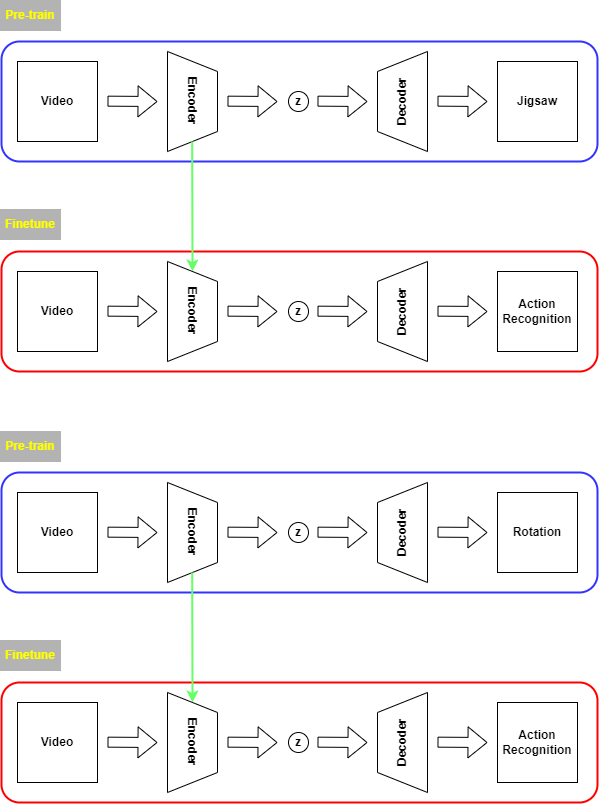
Above: explain using only draw.png in Kyoungrae-Noh/Self-Supervised-Learning (draw.io), before the change. Source tidied: cells renumbered, new cells last; positions are measured from the earlier drawing's top-left corner, leaving out a move shared by most shapes.
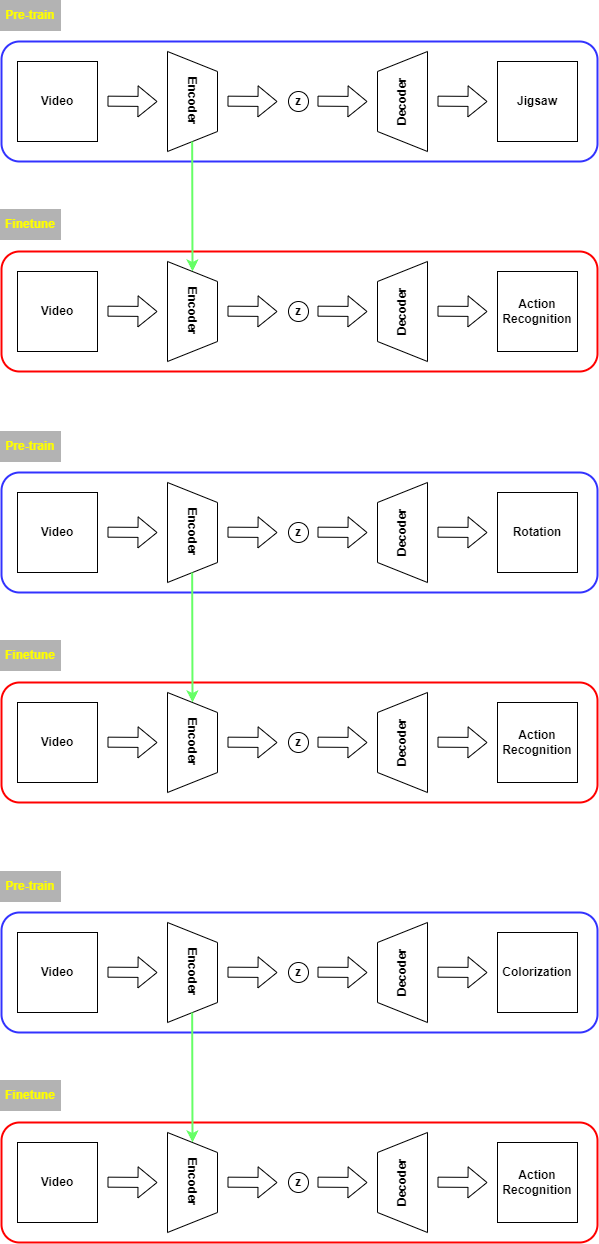
After the change.

Change to the diagram source:
```diff
@@ -192,5 +192,100 @@
         <mxPoint x="191.7" y="572" as="sourcePoint" />
       </mxGeometry>
     </mxCell>
+    <mxCell id="48" value="&lt;b&gt;&lt;font color=&quot;#ffff00&quot;&gt;Pre-train&lt;/font&gt;&lt;/b&gt;" style="rounded=0;whiteSpace=wrap;html=1;fillColor=#B3B3B3;strokeColor=#B3B3B3;" parent="1" vertex="1">
+      <mxGeometry y="871" width="60" height="30" as="geometry" />
+    </mxCell>
+    <mxCell id="49" value="&lt;b&gt;&lt;font color=&quot;#ffff00&quot;&gt;Finetune&lt;/font&gt;&lt;/b&gt;" style="rounded=0;whiteSpace=wrap;html=1;fillColor=#B3B3B3;strokeColor=#B3B3B3;" parent="1" vertex="1">
+      <mxGeometry y="1080" width="60" height="30" as="geometry" />
+    </mxCell>
+    <mxCell id="50" style="rounded=1;whiteSpace=wrap;html=1;strokeColor=#3333FF;fontColor=#FFFF00;fillColor=none;strokeWidth=2;" parent="1" vertex="1">
+      <mxGeometry x="1" y="912" width="596" height="120" as="geometry" />
+    </mxCell>
+    <mxCell id="51" value="&lt;font color=&quot;#000000&quot;&gt;&lt;b&gt;Video&lt;/b&gt;&lt;/font&gt;" style="whiteSpace=wrap;html=1;strokeColor=#000000;fontColor=#FFFF00;fillColor=#FFFFFF;" parent="1" vertex="1">
+      <mxGeometry x="17" y="932" width="80" height="80" as="geometry" />
+    </mxCell>
+    <mxCell id="52" style="shape=flexArrow;endArrow=classic;html=1;rounded=0;fontColor=#000000;fillColor=#FFFFFF;" parent="1" edge="1">
+      <mxGeometry relative="1" as="geometry">
+        <mxPoint x="107" y="971.7" as="sourcePoint" />
+        <mxPoint x="157" y="972" as="targetPoint" />
+      </mxGeometry>
+    </mxCell>
+    <mxCell id="53" value="&lt;b&gt;Encoder&lt;/b&gt;" style="shape=trapezoid;perimeter=trapezoidPerimeter;whiteSpace=wrap;html=1;fixedSize=1;strokeColor=#000000;fontColor=#000000;fillColor=#FFFFFF;rotation=90;" parent="1" vertex="1">
+      <mxGeometry x="142" y="947" width="100" height="50" as="geometry" />
+    </mxCell>
+    <mxCell id="54" style="shape=flexArrow;endArrow=classic;html=1;rounded=0;fontColor=#000000;fillColor=#FFFFFF;" parent="1" edge="1">
+      <mxGeometry relative="1" as="geometry">
+        <mxPoint x="227" y="971.7" as="sourcePoint" />
+        <mxPoint x="277" y="972" as="targetPoint" />
+      </mxGeometry>
+    </mxCell>
+    <mxCell id="55" value="&lt;b&gt;z&lt;/b&gt;" style="ellipse;whiteSpace=wrap;html=1;strokeColor=#000000;fontColor=#000000;fillColor=#FFFFFF;" parent="1" vertex="1">
+      <mxGeometry x="288" y="962" width="20" height="20" as="geometry" />
+    </mxCell>
+    <mxCell id="56" style="shape=flexArrow;endArrow=classic;html=1;rounded=0;fontColor=#000000;fillColor=#FFFFFF;" parent="1" edge="1">
+      <mxGeometry relative="1" as="geometry">
+        <mxPoint x="317" y="971.7" as="sourcePoint" />
+        <mxPoint x="367" y="972" as="targetPoint" />
+      </mxGeometry>
+    </mxCell>
+    <mxCell id="57" value="&lt;b&gt;Decoder&lt;/b&gt;" style="shape=trapezoid;perimeter=trapezoidPerimeter;whiteSpace=wrap;html=1;fixedSize=1;strokeColor=#000000;fontColor=#000000;fillColor=#FFFFFF;rotation=-90;" parent="1" vertex="1">
+      <mxGeometry x="352" y="947" width="100" height="50" as="geometry" />
+    </mxCell>
+    <mxCell id="58" style="shape=flexArrow;endArrow=classic;html=1;rounded=0;fontColor=#000000;fillColor=#FFFFFF;" parent="1" edge="1">
+      <mxGeometry relative="1" as="geometry">
+        <mxPoint x="437" y="971.7" as="sourcePoint" />
+        <mxPoint x="487" y="972" as="targetPoint" />
+      </mxGeometry>
+    </mxCell>
+    <mxCell id="59" value="&lt;font color=&quot;#000000&quot;&gt;&lt;b&gt;Colorization&lt;/b&gt;&lt;/font&gt;" style="whiteSpace=wrap;html=1;strokeColor=#000000;fontColor=#FFFF00;fillColor=#FFFFFF;" parent="1" vertex="1">
+      <mxGeometry x="497" y="932" width="80" height="80" as="geometry" />
+    </mxCell>
+    <mxCell id="60" style="rounded=1;whiteSpace=wrap;html=1;strokeColor=#FF0000;fontColor=#FFFF00;fillColor=none;strokeWidth=2;" parent="1" vertex="1">
+      <mxGeometry x="1" y="1122" width="596" height="120" as="geometry" />
+    </mxCell>
+    <mxCell id="61" value="&lt;font color=&quot;#000000&quot;&gt;&lt;b&gt;Video&lt;/b&gt;&lt;/font&gt;" style="whiteSpace=wrap;html=1;strokeColor=#000000;fontColor=#FFFF00;fillColor=#FFFFFF;" parent="1" vertex="1">
+      <mxGeometry x="17" y="1142" width="80" height="80" as="geometry" />
+    </mxCell>
+    <mxCell id="62" style="shape=flexArrow;endArrow=classic;html=1;rounded=0;fontColor=#000000;fillColor=#FFFFFF;" parent="1" edge="1">
+      <mxGeometry relative="1" as="geometry">
+        <mxPoint x="107" y="1181.7" as="sourcePoint" />
+        <mxPoint x="157" y="1182" as="targetPoint" />
+      </mxGeometry>
+    </mxCell>
+    <mxCell id="63" value="&lt;b&gt;Encoder&lt;/b&gt;" style="shape=trapezoid;perimeter=trapezoidPerimeter;whiteSpace=wrap;html=1;fixedSize=1;strokeColor=#000000;fontColor=#000000;fillColor=#FFFFFF;rotation=90;" parent="1" vertex="1">
+      <mxGeometry x="142" y="1157" width="100" height="50" as="geometry" />
+    </mxCell>
+    <mxCell id="64" style="shape=flexArrow;endArrow=classic;html=1;rounded=0;fontColor=#000000;fillColor=#FFFFFF;" parent="1" edge="1">
+      <mxGeometry relative="1" as="geometry">
+        <mxPoint x="227" y="1181.7" as="sourcePoint" />
+        <mxPoint x="277" y="1182" as="targetPoint" />
+      </mxGeometry>
+    </mxCell>
+    <mxCell id="65" value="&lt;b&gt;z&lt;/b&gt;" style="ellipse;whiteSpace=wrap;html=1;strokeColor=#000000;fontColor=#000000;fillColor=#FFFFFF;" parent="1" vertex="1">
+      <mxGeometry x="288" y="1172" width="20" height="20" as="geometry" />
+    </mxCell>
+    <mxCell id="66" style="shape=flexArrow;endArrow=classic;html=1;rounded=0;fontColor=#000000;fillColor=#FFFFFF;" parent="1" edge="1">
+      <mxGeometry relative="1" as="geometry">
+        <mxPoint x="317" y="1181.7" as="sourcePoint" />
+        <mxPoint x="367" y="1182" as="targetPoint" />
+      </mxGeometry>
+    </mxCell>
+    <mxCell id="67" value="&lt;b&gt;Decoder&lt;/b&gt;" style="shape=trapezoid;perimeter=trapezoidPerimeter;whiteSpace=wrap;html=1;fixedSize=1;strokeColor=#000000;fontColor=#000000;fillColor=#FFFFFF;rotation=-90;" parent="1" vertex="1">
+      <mxGeometry x="352" y="1157" width="100" height="50" as="geometry" />
+    </mxCell>
+    <mxCell id="68" style="shape=flexArrow;endArrow=classic;html=1;rounded=0;fontColor=#000000;fillColor=#FFFFFF;" parent="1" edge="1">
+      <mxGeometry relative="1" as="geometry">
+        <mxPoint x="437" y="1181.7" as="sourcePoint" />
+        <mxPoint x="487" y="1182" as="targetPoint" />
+      </mxGeometry>
+    </mxCell>
+    <mxCell id="69" value="&lt;font color=&quot;#000000&quot;&gt;&lt;b&gt;Action&lt;br&gt;Recognition&lt;/b&gt;&lt;br&gt;&lt;/font&gt;" style="whiteSpace=wrap;html=1;strokeColor=#000000;fontColor=#FFFF00;fillColor=#FFFFFF;" parent="1" vertex="1">
+      <mxGeometry x="497" y="1142" width="80" height="80" as="geometry" />
+    </mxCell>
+    <mxCell id="70" style="endArrow=classic;html=1;rounded=0;fontColor=#000000;entryX=0;entryY=0.5;entryDx=0;entryDy=0;strokeColor=#66FF66;strokeWidth=2;" parent="1" edge="1" target="63">
+      <mxGeometry relative="1" as="geometry">
+        <mxPoint x="191.7" y="1012" as="sourcePoint" />
+      </mxGeometry>
+    </mxCell>
   </root>
 </mxGraphModel>
```
